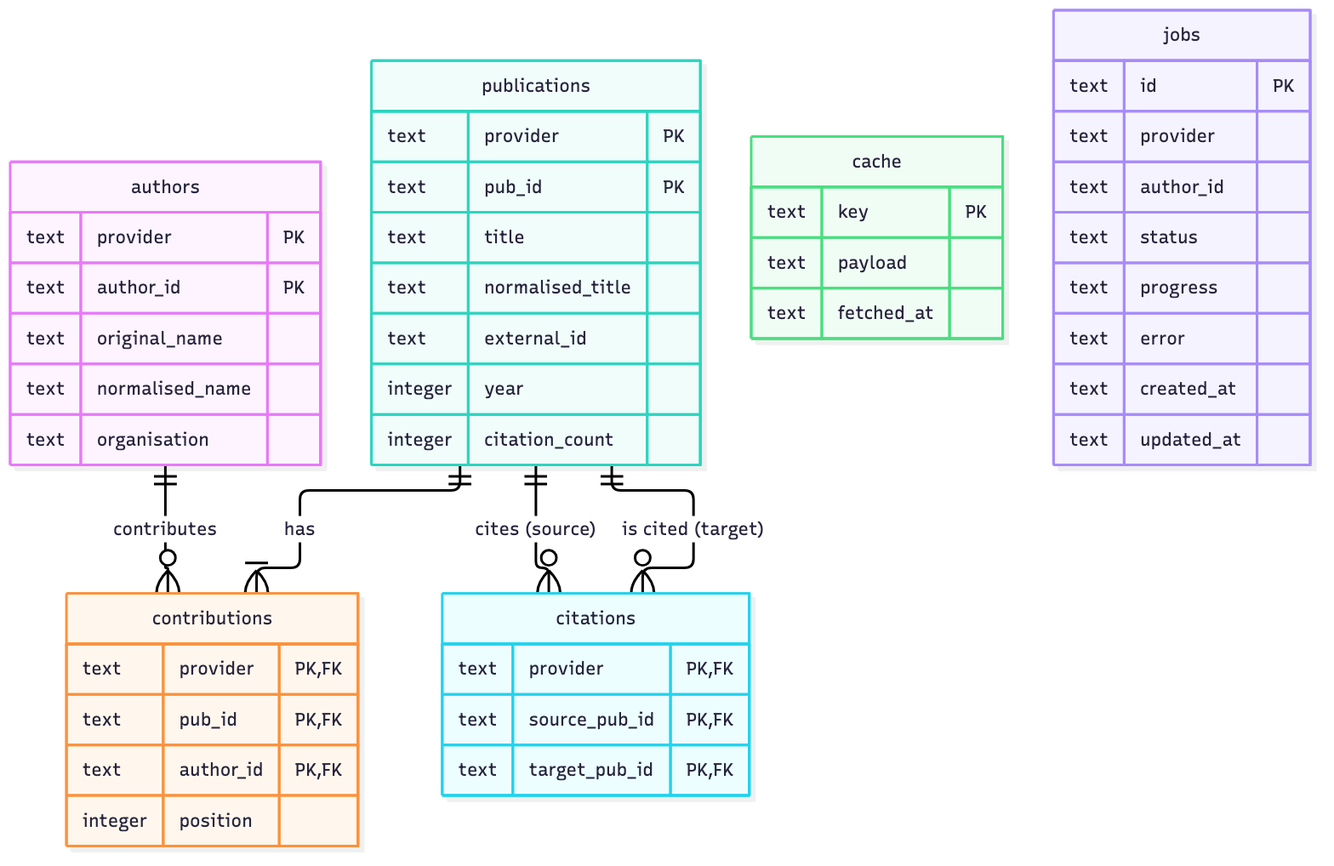
Above: docs/tex/include/fig-database-er-diagram.png in esaounkine/uop-thesis (Mermaid), before the change. Its source is kept beside it as docs/diagrams/fig-database-er-diagram.mmd. Source of this version:
```mermaid
erDiagram
  authors {
    text provider PK
    text author_id PK
    text original_name
    text normalised_name
    text organisation
  }
  publications {
    text provider PK
    text pub_id PK
    text title
    text normalised_title
    text external_id
    integer year
    integer citation_count
  }
  contributions {
    text provider PK, FK
    text pub_id PK, FK
    text author_id PK, FK
    integer position
  }
  citations {
    text provider PK, FK
    text source_pub_id PK, FK
    text target_pub_id PK, FK
  }
  cache {
    text key PK
    text payload
    text fetched_at
  }
  jobs {
    text id PK
    text provider
    text author_id
    text status
    text progress
    text error
    text created_at
    text updated_at
  }
  authors ||--o{ contributions : "contributes"
  publications ||--|{ contributions : "has"
  publications ||--o{ citations : "cites (source)"
  publications ||--o{ citations : "is cited (target)"
```
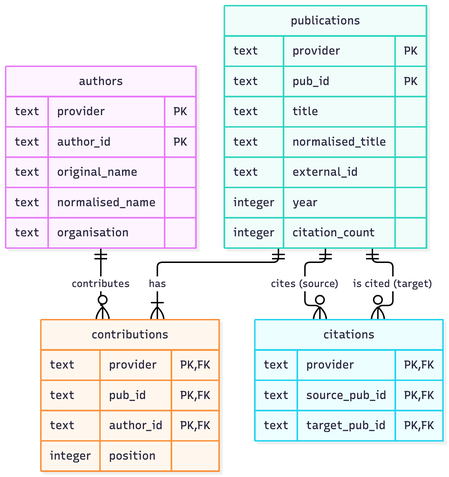
The same diagram one commit later.

Diff of the diagram source:
```diff
@@ -26,21 +26,6 @@
     text source_pub_id PK, FK
     text target_pub_id PK, FK
   }
-  cache {
-    text key PK
-    text payload
-    text fetched_at
-  }
-  jobs {
-    text id PK
-    text provider
-    text author_id
-    text status
-    text progress
-    text error
-    text created_at
-    text updated_at
-  }
   authors ||--o{ contributions : "contributes"
   publications ||--|{ contributions : "has"
   publications ||--o{ citations : "cites (source)"
```
